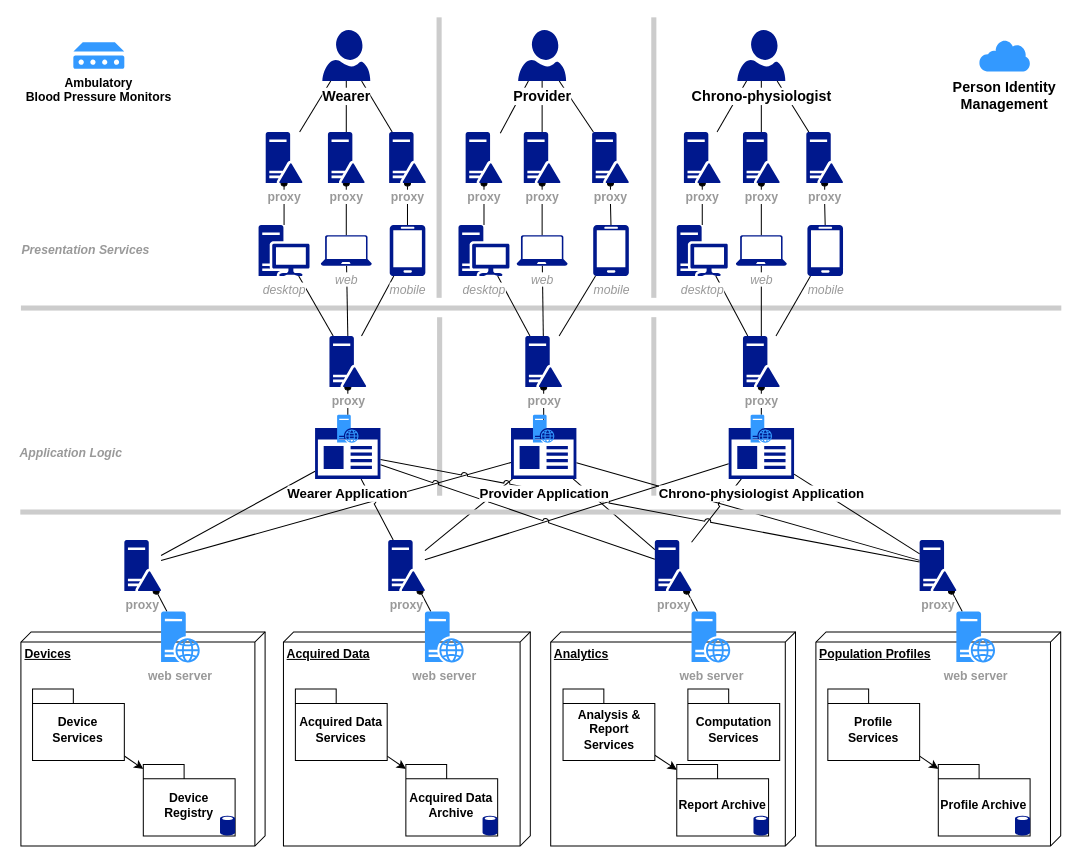
Before: docs/biorhythm-platform/images/conceptual-architecture.drawio in phoenix-chronobiology/phoenix-chronobiology.github.io, a draw.io diagram. Source tidied: cells renumbered, new cells numbered last; positions are measured from the earlier drawing's top-left corner, leaving out a move shared by most shapes. Both pictures are drawn from the tidied source at 102%, with x=0, y=0 at pixel (17, 30).
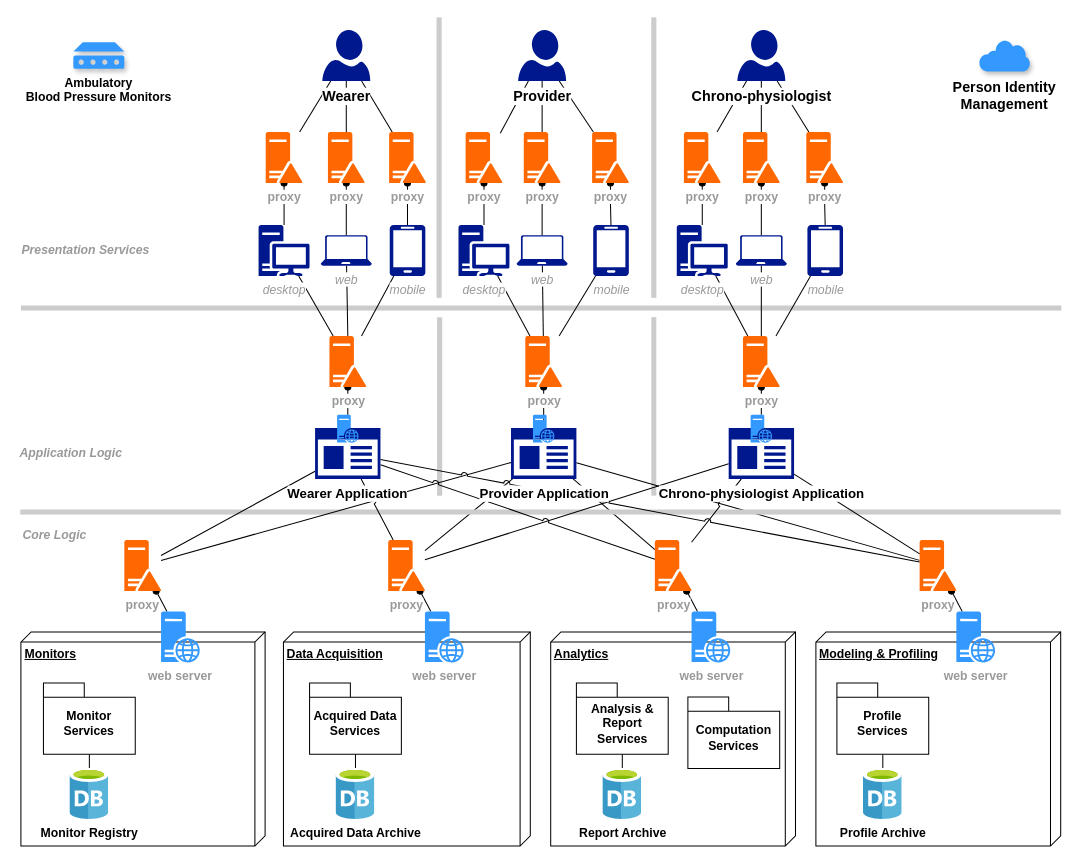
The same page after the edit.

Change to the diagram source:
```diff
@@
-    <mxCell id="10" value="Devices" style="verticalAlign=top;align=left;spacingTop=8;spacingLeft=2;spacingRight=12;shape=cube;size=10;direction=south;fontStyle=5;html=1;whiteSpace=wrap;" parent="1" vertex="1">
+    <mxCell id="10" value="Monitors" style="verticalAlign=top;align=left;spacingTop=8;spacingLeft=2;spacingRight=12;shape=cube;size=10;direction=south;fontStyle=5;html=1;whiteSpace=wrap;" parent="1" vertex="1">
       <mxGeometry x="3" y="590" width="239.4" height="210" as="geometry" />
     </mxCell>
-    <mxCell id="11" style="rounded=0;jettySize=auto;html=1;" parent="1" edge="1" source="12" target="13">
+    <mxCell id="11" style="rounded=0;jettySize=auto;html=1;endArrow=none;endFill=0;" parent="1" edge="1" source="12" target="117">
       <mxGeometry relative="1" as="geometry" />
     </mxCell>
-    <mxCell id="12" value="Device Services" style="shape=folder;fontStyle=1;spacingTop=10;tabWidth=40;tabHeight=14;tabPosition=left;html=1;whiteSpace=wrap;" parent="1" vertex="1">
-      <mxGeometry x="14.4" y="646.1" width="90" height="70" as="geometry" />
+    <mxCell id="12" value="Monitor Services" style="shape=folder;fontStyle=1;spacingTop=10;tabWidth=40;tabHeight=14;tabPosition=left;html=1;whiteSpace=wrap;" parent="1" vertex="1">
+      <mxGeometry x="25.1" y="640" width="90" height="70" as="geometry" />
     </mxCell>
-    <mxCell id="13" value="Device Registry" style="shape=folder;fontStyle=1;spacingTop=10;tabWidth=40;tabHeight=14;tabPosition=left;html=1;whiteSpace=wrap;" parent="1" vertex="1">
-      <mxGeometry x="123" y="720" width="90" height="70" as="geometry" />
-    </mxCell>
-    <mxCell id="14" value="Acquired Data" style="verticalAlign=top;align=left;spacingTop=8;spacingLeft=2;spacingRight=12;shape=cube;size=10;direction=south;fontStyle=5;html=1;whiteSpace=wrap;" parent="1" vertex="1">
+    <mxCell id="14" value="Data Acquisition" style="verticalAlign=top;align=left;spacingTop=8;spacingLeft=2;spacingRight=12;shape=cube;size=10;direction=south;fontStyle=5;html=1;whiteSpace=wrap;" parent="1" vertex="1">
       <mxGeometry x="260.4" y="590" width="242" height="210" as="geometry" />
     </mxCell>
-    <mxCell id="15" style="rounded=0;jettySize=auto;html=1;" parent="1" edge="1" source="16" target="17">
+    <mxCell id="15" style="rounded=0;jettySize=auto;html=1;endArrow=none;endFill=0;" parent="1" edge="1" source="16" target="17">
       <mxGeometry relative="1" as="geometry" />
     </mxCell>
     <mxCell id="16" value="Acquired Data Services" style="shape=folder;fontStyle=1;spacingTop=10;tabWidth=40;tabHeight=14;tabPosition=left;html=1;whiteSpace=wrap;" parent="1" vertex="1">
-      <mxGeometry x="272.1" y="646.1" width="90" height="70" as="geometry" />
+      <mxGeometry x="286" y="640" width="90" height="70" as="geometry" />
     </mxCell>
-    <mxCell id="17" value="Acquired Data Archive" style="shape=folder;fontStyle=1;spacingTop=10;tabWidth=40;tabHeight=14;tabPosition=left;html=1;whiteSpace=wrap;" parent="1" vertex="1">
-      <mxGeometry x="380.4" y="720" width="90" height="70" as="geometry" />
-    </mxCell>
-    <mxCell id="18" style="sketch=0;shadow=0;dashed=0;html=1;strokeColor=none;labelPosition=center;verticalLabelPosition=bottom;verticalAlign=top;align=center;fillColor=#00188D;shape=mxgraph.mscae.enterprise.database_generic;" parent="1" vertex="1">
-      <mxGeometry x="198.2" y="770" width="14.8" height="20" as="geometry" />
-    </mxCell>
-    <mxCell id="19" style="sketch=0;shadow=0;dashed=0;html=1;strokeColor=none;labelPosition=center;verticalLabelPosition=bottom;verticalAlign=top;align=center;fillColor=#00188D;shape=mxgraph.mscae.enterprise.database_generic;" parent="1" vertex="1">
-      <mxGeometry x="455.6" y="770" width="14.8" height="20" as="geometry" />
-    </mxCell>
-    <mxCell id="20" value="Population&amp;nbsp;&lt;span style=&quot;background-color: initial;&quot;&gt;Profiles&lt;/span&gt;" style="verticalAlign=top;align=left;spacingTop=8;spacingLeft=2;spacingRight=12;shape=cube;size=10;direction=south;fontStyle=5;html=1;whiteSpace=wrap;" parent="1" vertex="1">
+    <mxCell id="20" value="Modeling &amp;amp; Profiling" style="verticalAlign=top;align=left;spacingTop=8;spacingLeft=2;spacingRight=12;shape=cube;size=10;direction=south;fontStyle=5;html=1;whiteSpace=wrap;" parent="1" vertex="1">
       <mxGeometry x="782.4" y="590" width="240" height="210" as="geometry" />
     </mxCell>
-    <mxCell id="21" style="rounded=0;jettySize=auto;html=1;" parent="1" edge="1" source="22" target="23">
+    <mxCell id="21" style="rounded=0;jettySize=auto;html=1;endArrow=none;endFill=0;" parent="1" edge="1" source="22" target="23">
       <mxGeometry relative="1" as="geometry" />
     </mxCell>
     <mxCell id="22" value="Profile Services" style="shape=folder;fontStyle=1;spacingTop=10;tabWidth=40;tabHeight=14;tabPosition=left;html=1;whiteSpace=wrap;" parent="1" vertex="1">
-      <mxGeometry x="794.1" y="646.1" width="90" height="70" as="geometry" />
+      <mxGeometry x="803" y="640" width="90" height="70" as="geometry" />
     </mxCell>
-    <mxCell id="23" value="Profile Archive" style="shape=folder;fontStyle=1;spacingTop=10;tabWidth=40;tabHeight=14;tabPosition=left;html=1;whiteSpace=wrap;" parent="1" vertex="1">
-      <mxGeometry x="902.4" y="720" width="90" height="70" as="geometry" />
-    </mxCell>
-    <mxCell id="24" style="sketch=0;shadow=0;dashed=0;html=1;strokeColor=none;labelPosition=center;verticalLabelPosition=bottom;verticalAlign=top;align=center;fillColor=#00188D;shape=mxgraph.mscae.enterprise.database_generic;" parent="1" vertex="1">
-      <mxGeometry x="977.6" y="770" width="14.8" height="20" as="geometry" />
-    </mxCell>
@@
-    <mxCell id="26" style="rounded=0;jettySize=auto;html=1;" parent="1" edge="1" source="27" target="28">
+    <mxCell id="26" style="rounded=0;jettySize=auto;html=1;endArrow=none;endFill=0;" parent="1" edge="1" source="27" target="28">
       <mxGeometry relative="1" as="geometry" />
     </mxCell>
     <mxCell id="27" value="Analysis &amp;amp; Report Services" style="shape=folder;fontStyle=1;spacingTop=10;tabWidth=40;tabHeight=14;tabPosition=left;html=1;whiteSpace=wrap;" parent="1" vertex="1">
-      <mxGeometry x="534.5" y="646.1" width="90" height="70" as="geometry" />
+      <mxGeometry x="547.6" y="640" width="90" height="70" as="geometry" />
     </mxCell>
-    <mxCell id="28" value="Report Archive" style="shape=folder;fontStyle=1;spacingTop=10;tabWidth=40;tabHeight=14;tabPosition=left;html=1;whiteSpace=wrap;" parent="1" vertex="1">
-      <mxGeometry x="646" y="720" width="90" height="70" as="geometry" />
-    </mxCell>
-    <mxCell id="29" style="sketch=0;shadow=0;dashed=0;html=1;strokeColor=none;labelPosition=center;verticalLabelPosition=bottom;verticalAlign=top;align=center;fillColor=#00188D;shape=mxgraph.mscae.enterprise.database_generic;" parent="1" vertex="1">
-      <mxGeometry x="721.2" y="770" width="14.8" height="20" as="geometry" />
-    </mxCell>
     <mxCell id="30" value="Computation Services" style="shape=folder;fontStyle=1;spacingTop=10;tabWidth=40;tabHeight=14;tabPosition=left;html=1;whiteSpace=wrap;" parent="1" vertex="1">
-      <mxGeometry x="656.9" y="646.1" width="90" height="70" as="geometry" />
+      <mxGeometry x="656.9" y="653.9" width="90" height="70" as="geometry" />
     </mxCell>
@@
-    <mxCell id="41" value="proxy" style="sketch=0;shadow=0;dashed=0;html=1;strokeColor=none;labelPosition=center;verticalLabelPosition=bottom;verticalAlign=top;align=center;fillColor=#00188D;shape=mxgraph.mscae.enterprise.domain_controller;labelBackgroundColor=default;fontColor=#999999;fontStyle=1;" parent="1" vertex="1">
+    <mxCell id="41" value="proxy" style="sketch=0;shadow=0;dashed=0;html=1;strokeColor=none;labelPosition=center;verticalLabelPosition=bottom;verticalAlign=top;align=center;fillColor=#FF6700;shape=mxgraph.mscae.enterprise.domain_controller;labelBackgroundColor=default;fontColor=#999999;fontStyle=1;" parent="1" vertex="1">
       <mxGeometry x="104.4" y="500" width="36" height="50" as="geometry" />
     </mxCell>
@@
-    <mxCell id="43" value="proxy" style="sketch=0;shadow=0;dashed=0;html=1;strokeColor=none;labelPosition=center;verticalLabelPosition=bottom;verticalAlign=top;align=center;fillColor=#00188D;shape=mxgraph.mscae.enterprise.domain_controller;labelBackgroundColor=default;fontColor=#999999;fontStyle=1;" parent="1" vertex="1">
+    <mxCell id="43" value="proxy" style="sketch=0;shadow=0;dashed=0;html=1;strokeColor=none;labelPosition=center;verticalLabelPosition=bottom;verticalAlign=top;align=center;fillColor=#FF6700;shape=mxgraph.mscae.enterprise.domain_controller;labelBackgroundColor=default;fontColor=#999999;fontStyle=1;" parent="1" vertex="1">
       <mxGeometry x="363.1" y="500" width="36" height="50" as="geometry" />
     </mxCell>
@@
-    <mxCell id="45" value="proxy" style="sketch=0;shadow=0;dashed=0;html=1;strokeColor=none;labelPosition=center;verticalLabelPosition=bottom;verticalAlign=top;align=center;fillColor=#00188D;shape=mxgraph.mscae.enterprise.domain_controller;labelBackgroundColor=default;fontColor=#999999;fontStyle=1;" parent="1" vertex="1">
+    <mxCell id="45" value="proxy" style="sketch=0;shadow=0;dashed=0;html=1;strokeColor=none;labelPosition=center;verticalLabelPosition=bottom;verticalAlign=top;align=center;fillColor=#FF6700;shape=mxgraph.mscae.enterprise.domain_controller;labelBackgroundColor=default;fontColor=#999999;fontStyle=1;" parent="1" vertex="1">
       <mxGeometry x="624.5" y="500" width="36" height="50" as="geometry" />
     </mxCell>
@@
-    <mxCell id="47" value="proxy" style="sketch=0;shadow=0;dashed=0;html=1;strokeColor=none;labelPosition=center;verticalLabelPosition=bottom;verticalAlign=top;align=center;fillColor=#00188D;shape=mxgraph.mscae.enterprise.domain_controller;labelBackgroundColor=default;fontColor=#999999;fontStyle=1;" parent="1" vertex="1">
+    <mxCell id="47" value="proxy" style="sketch=0;shadow=0;dashed=0;html=1;strokeColor=none;labelPosition=center;verticalLabelPosition=bottom;verticalAlign=top;align=center;fillColor=#FF6700;shape=mxgraph.mscae.enterprise.domain_controller;labelBackgroundColor=default;fontColor=#999999;fontStyle=1;" parent="1" vertex="1">
       <mxGeometry x="884.1" y="500" width="36" height="50" as="geometry" />
     </mxCell>
@@
-    <mxCell id="49" value="proxy" style="sketch=0;shadow=0;dashed=0;html=1;strokeColor=none;labelPosition=center;verticalLabelPosition=bottom;verticalAlign=top;align=center;fillColor=#00188D;shape=mxgraph.mscae.enterprise.domain_controller;labelBackgroundColor=default;fontColor=#999999;fontStyle=1;" parent="1" vertex="1">
+    <mxCell id="49" value="proxy" style="sketch=0;shadow=0;dashed=0;html=1;strokeColor=none;labelPosition=center;verticalLabelPosition=bottom;verticalAlign=top;align=center;fillColor=#FF6700;shape=mxgraph.mscae.enterprise.domain_controller;labelBackgroundColor=default;fontColor=#999999;fontStyle=1;" parent="1" vertex="1">
       <mxGeometry x="243" y="100" width="36" height="50" as="geometry" />
     </mxCell>
@@
-    <mxCell id="51" value="proxy" style="sketch=0;shadow=0;dashed=0;html=1;strokeColor=none;labelPosition=center;verticalLabelPosition=bottom;verticalAlign=top;align=center;fillColor=#00188D;shape=mxgraph.mscae.enterprise.domain_controller;labelBackgroundColor=default;fontColor=#999999;fontStyle=1;" parent="1" vertex="1">
+    <mxCell id="51" value="proxy" style="sketch=0;shadow=0;dashed=0;html=1;strokeColor=none;labelPosition=center;verticalLabelPosition=bottom;verticalAlign=top;align=center;fillColor=#FF6700;shape=mxgraph.mscae.enterprise.domain_controller;labelBackgroundColor=default;fontColor=#999999;fontStyle=1;" parent="1" vertex="1">
       <mxGeometry x="304" y="100" width="36" height="50" as="geometry" />
     </mxCell>
@@
-    <mxCell id="53" value="proxy" style="sketch=0;shadow=0;dashed=0;html=1;strokeColor=none;labelPosition=center;verticalLabelPosition=bottom;verticalAlign=top;align=center;fillColor=#00188D;shape=mxgraph.mscae.enterprise.domain_controller;labelBackgroundColor=default;fontColor=#999999;fontStyle=1;" parent="1" vertex="1">
+    <mxCell id="53" value="proxy" style="sketch=0;shadow=0;dashed=0;html=1;strokeColor=none;labelPosition=center;verticalLabelPosition=bottom;verticalAlign=top;align=center;fillColor=#FF6700;shape=mxgraph.mscae.enterprise.domain_controller;labelBackgroundColor=default;fontColor=#999999;fontStyle=1;" parent="1" vertex="1">
       <mxGeometry x="364" y="100" width="36" height="50" as="geometry" />
     </mxCell>
@@
-    <mxCell id="58" value="proxy" style="sketch=0;shadow=0;dashed=0;html=1;strokeColor=none;labelPosition=center;verticalLabelPosition=bottom;verticalAlign=top;align=center;fillColor=#00188D;shape=mxgraph.mscae.enterprise.domain_controller;labelBackgroundColor=default;fontColor=#999999;fontStyle=1;" parent="1" vertex="1">
+    <mxCell id="58" value="proxy" style="sketch=0;shadow=0;dashed=0;html=1;strokeColor=none;labelPosition=center;verticalLabelPosition=bottom;verticalAlign=top;align=center;fillColor=#FF6700;shape=mxgraph.mscae.enterprise.domain_controller;labelBackgroundColor=default;fontColor=#999999;fontStyle=1;" parent="1" vertex="1">
       <mxGeometry x="439" y="100" width="36" height="50" as="geometry" />
     </mxCell>
@@
-    <mxCell id="60" value="proxy" style="sketch=0;shadow=0;dashed=0;html=1;strokeColor=none;labelPosition=center;verticalLabelPosition=bottom;verticalAlign=top;align=center;fillColor=#00188D;shape=mxgraph.mscae.enterprise.domain_controller;labelBackgroundColor=default;fontColor=#999999;fontStyle=1;" parent="1" vertex="1">
+    <mxCell id="60" value="proxy" style="sketch=0;shadow=0;dashed=0;html=1;strokeColor=none;labelPosition=center;verticalLabelPosition=bottom;verticalAlign=top;align=center;fillColor=#FF6700;shape=mxgraph.mscae.enterprise.domain_controller;labelBackgroundColor=default;fontColor=#999999;fontStyle=1;" parent="1" vertex="1">
       <mxGeometry x="496" y="100" width="36" height="50" as="geometry" />
     </mxCell>
@@
-    <mxCell id="62" value="proxy" style="sketch=0;shadow=0;dashed=0;html=1;strokeColor=none;labelPosition=center;verticalLabelPosition=bottom;verticalAlign=top;align=center;fillColor=#00188D;shape=mxgraph.mscae.enterprise.domain_controller;labelBackgroundColor=default;fontColor=#999999;fontStyle=1;" parent="1" vertex="1">
+    <mxCell id="62" value="proxy" style="sketch=0;shadow=0;dashed=0;html=1;strokeColor=none;labelPosition=center;verticalLabelPosition=bottom;verticalAlign=top;align=center;fillColor=#FF6700;shape=mxgraph.mscae.enterprise.domain_controller;labelBackgroundColor=default;fontColor=#999999;fontStyle=1;" parent="1" vertex="1">
       <mxGeometry x="563" y="100" width="36" height="50" as="geometry" />
     </mxCell>
@@
-    <mxCell id="67" value="proxy" style="sketch=0;shadow=0;dashed=0;html=1;strokeColor=none;labelPosition=center;verticalLabelPosition=bottom;verticalAlign=top;align=center;fillColor=#00188D;shape=mxgraph.mscae.enterprise.domain_controller;labelBackgroundColor=default;fontColor=#999999;fontStyle=1;" parent="1" vertex="1">
+    <mxCell id="67" value="proxy" style="sketch=0;shadow=0;dashed=0;html=1;strokeColor=none;labelPosition=center;verticalLabelPosition=bottom;verticalAlign=top;align=center;fillColor=#FF6700;shape=mxgraph.mscae.enterprise.domain_controller;labelBackgroundColor=default;fontColor=#999999;fontStyle=1;" parent="1" vertex="1">
       <mxGeometry x="653" y="100" width="36" height="50" as="geometry" />
     </mxCell>
@@
-    <mxCell id="69" value="proxy" style="sketch=0;shadow=0;dashed=0;html=1;strokeColor=none;labelPosition=center;verticalLabelPosition=bottom;verticalAlign=top;align=center;fillColor=#00188D;shape=mxgraph.mscae.enterprise.domain_controller;labelBackgroundColor=default;fontColor=#999999;fontStyle=1;" parent="1" vertex="1">
+    <mxCell id="69" value="proxy" style="sketch=0;shadow=0;dashed=0;html=1;strokeColor=none;labelPosition=center;verticalLabelPosition=bottom;verticalAlign=top;align=center;fillColor=#FF6700;shape=mxgraph.mscae.enterprise.domain_controller;labelBackgroundColor=default;fontColor=#999999;fontStyle=1;" parent="1" vertex="1">
       <mxGeometry x="710.9" y="100" width="36" height="50" as="geometry" />
     </mxCell>
@@
-    <mxCell id="71" value="proxy" style="sketch=0;shadow=0;dashed=0;html=1;strokeColor=none;labelPosition=center;verticalLabelPosition=bottom;verticalAlign=top;align=center;fillColor=#00188D;shape=mxgraph.mscae.enterprise.domain_controller;labelBackgroundColor=default;fontColor=#999999;fontStyle=1;" parent="1" vertex="1">
+    <mxCell id="71" value="proxy" style="sketch=0;shadow=0;dashed=0;html=1;strokeColor=none;labelPosition=center;verticalLabelPosition=bottom;verticalAlign=top;align=center;fillColor=#FF6700;shape=mxgraph.mscae.enterprise.domain_controller;labelBackgroundColor=default;fontColor=#999999;fontStyle=1;" parent="1" vertex="1">
       <mxGeometry x="773" y="100" width="36" height="50" as="geometry" />
     </mxCell>
@@
-    <mxCell id="78" value="proxy" style="sketch=0;shadow=0;dashed=0;html=1;strokeColor=none;labelPosition=center;verticalLabelPosition=bottom;verticalAlign=top;align=center;fillColor=#00188D;shape=mxgraph.mscae.enterprise.domain_controller;labelBackgroundColor=default;direction=east;fontColor=#999999;fontStyle=1;" parent="1" vertex="1">
+    <mxCell id="78" value="proxy" style="sketch=0;shadow=0;dashed=0;html=1;strokeColor=none;labelPosition=center;verticalLabelPosition=bottom;verticalAlign=top;align=center;fillColor=#FF6700;shape=mxgraph.mscae.enterprise.domain_controller;labelBackgroundColor=default;direction=east;fontColor=#999999;fontStyle=1;" parent="1" vertex="1">
       <mxGeometry x="497.5" y="300" width="36" height="50" as="geometry" />
     </mxCell>
@@
-    <mxCell id="80" value="proxy" style="sketch=0;shadow=0;dashed=0;html=1;strokeColor=none;labelPosition=center;verticalLabelPosition=bottom;verticalAlign=top;align=center;fillColor=#00188D;shape=mxgraph.mscae.enterprise.domain_controller;labelBackgroundColor=default;fontColor=#999999;fontStyle=1;" parent="1" vertex="1">
+    <mxCell id="80" value="proxy" style="sketch=0;shadow=0;dashed=0;html=1;strokeColor=none;labelPosition=center;verticalLabelPosition=bottom;verticalAlign=top;align=center;fillColor=#FF6700;shape=mxgraph.mscae.enterprise.domain_controller;labelBackgroundColor=default;fontColor=#999999;fontStyle=1;" parent="1" vertex="1">
       <mxGeometry x="710.9" y="300" width="36" height="50" as="geometry" />
     </mxCell>
@@
-    <mxCell id="111" value="proxy" style="sketch=0;shadow=0;dashed=0;html=1;strokeColor=none;labelPosition=center;verticalLabelPosition=bottom;verticalAlign=top;align=center;fillColor=#00188D;shape=mxgraph.mscae.enterprise.domain_controller;labelBackgroundColor=default;fontColor=#999999;fontStyle=1;" parent="1" vertex="1">
+    <mxCell id="111" value="proxy" style="sketch=0;shadow=0;dashed=0;html=1;strokeColor=none;labelPosition=center;verticalLabelPosition=bottom;verticalAlign=top;align=center;fillColor=#ff6700;shape=mxgraph.mscae.enterprise.domain_controller;labelBackgroundColor=default;fontColor=#999999;fontStyle=1;" parent="1" vertex="1">
       <mxGeometry x="305.5" y="300" width="36" height="50" as="geometry" />
     </mxCell>
@@
-    <mxCell id="114" value="Person Identity&lt;div&gt;Management&lt;/div&gt;" style="sketch=0;shadow=0;dashed=0;html=1;strokeColor=none;labelPosition=center;verticalLabelPosition=bottom;verticalAlign=top;align=center;fillColor=#3399FF;shape=mxgraph.mscae.enterprise.internet;fontStyle=1;fontSize=14;" parent="1" vertex="1">
+    <mxCell id="114" value="Person Identity&lt;div&gt;Management&lt;/div&gt;" style="sketch=0;shadow=1;dashed=0;html=1;strokeColor=none;labelPosition=center;verticalLabelPosition=bottom;verticalAlign=top;align=center;fillColor=#3399FF;shape=mxgraph.mscae.enterprise.internet;fontStyle=1;fontSize=14;" parent="1" vertex="1">
       <mxGeometry x="942.4" y="9.5" width="50" height="31" as="geometry" />
     </mxCell>
-    <mxCell id="115" value="Ambulatory&lt;div&gt;Blood Pressure Monitors&lt;/div&gt;" style="sketch=0;shadow=0;dashed=0;html=1;strokeColor=none;labelPosition=center;verticalLabelPosition=bottom;verticalAlign=top;align=center;fillColor=#3399FF;shape=mxgraph.mscae.enterprise.device;fontStyle=1;" parent="1" vertex="1">
+    <mxCell id="115" value="Ambulatory&lt;div&gt;Blood Pressure Monitors&lt;/div&gt;" style="sketch=0;shadow=1;dashed=0;html=1;strokeColor=none;labelPosition=center;verticalLabelPosition=bottom;verticalAlign=top;align=center;fillColor=#3399FF;shape=mxgraph.mscae.enterprise.device;fontStyle=1;textShadow=0;" parent="1" vertex="1">
       <mxGeometry x="54.4" y="12" width="50" height="26" as="geometry" />
     </mxCell>
+    <mxCell id="116" value="Core Logic" style="text;html=1;align=left;verticalAlign=middle;whiteSpace=wrap;rounded=0;fontStyle=3;fontColor=#999999;" parent="1" vertex="1">
+      <mxGeometry x="3" y="480" width="140.6" height="30" as="geometry" />
+    </mxCell>
+    <mxCell id="117" value="Monitor Registry" style="image;sketch=0;html=1;points=[];align=center;fontSize=12;image=img/lib/mscae/Database_General.svg;fontStyle=1;" parent="1" vertex="1">
+      <mxGeometry x="51.1" y="723.9" width="38" height="50" as="geometry" />
+    </mxCell>
+    <mxCell id="17" value="Acquired Data Archive" style="image;sketch=0;html=1;points=[];align=center;fontSize=12;image=img/lib/mscae/Database_General.svg;fontStyle=1;" parent="1" vertex="1">
+      <mxGeometry x="312" y="723.9" width="38" height="50" as="geometry" />
+    </mxCell>
+    <mxCell id="28" value="Report Archive" style="image;sketch=0;html=1;points=[];align=center;fontSize=12;image=img/lib/mscae/Database_General.svg;fontStyle=1;" parent="1" vertex="1">
+      <mxGeometry x="573.6" y="723.9" width="38" height="50" as="geometry" />
+    </mxCell>
+    <mxCell id="23" value="Profile Archive" style="image;sketch=0;html=1;points=[];align=center;fontSize=12;image=img/lib/mscae/Database_General.svg;fontStyle=1;" parent="1" vertex="1">
+      <mxGeometry x="829" y="723.9" width="38" height="50" as="geometry" />
+    </mxCell>
```
